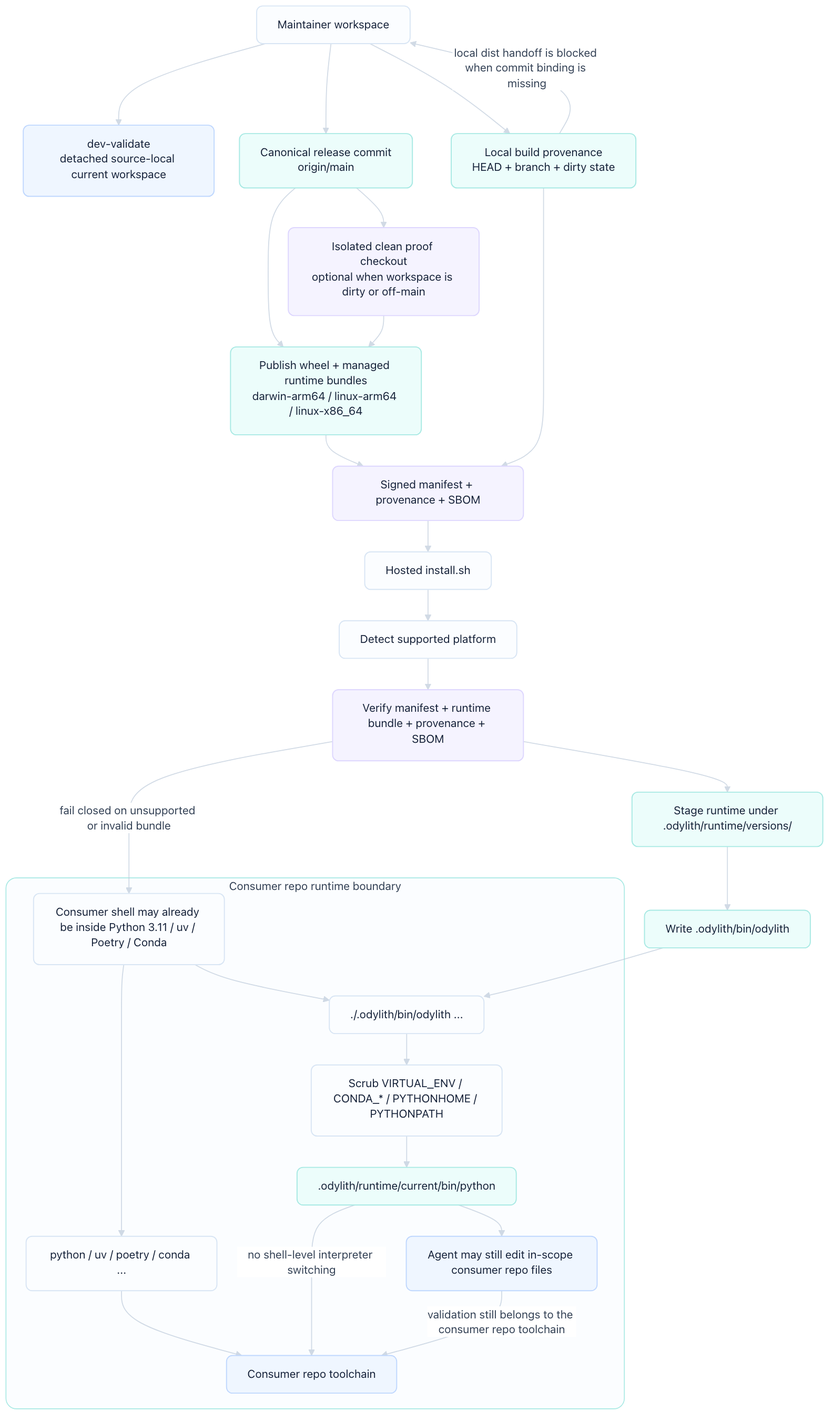
This is odylith/atlas/source/odylith-managed-runtime-release-and-install-flow.png from odylith/odylith, a Mermaid export, as it was before one commit. Its source is kept beside it as odylith/atlas/source/odylith-managed-runtime-release-and-install-flow.mmd.
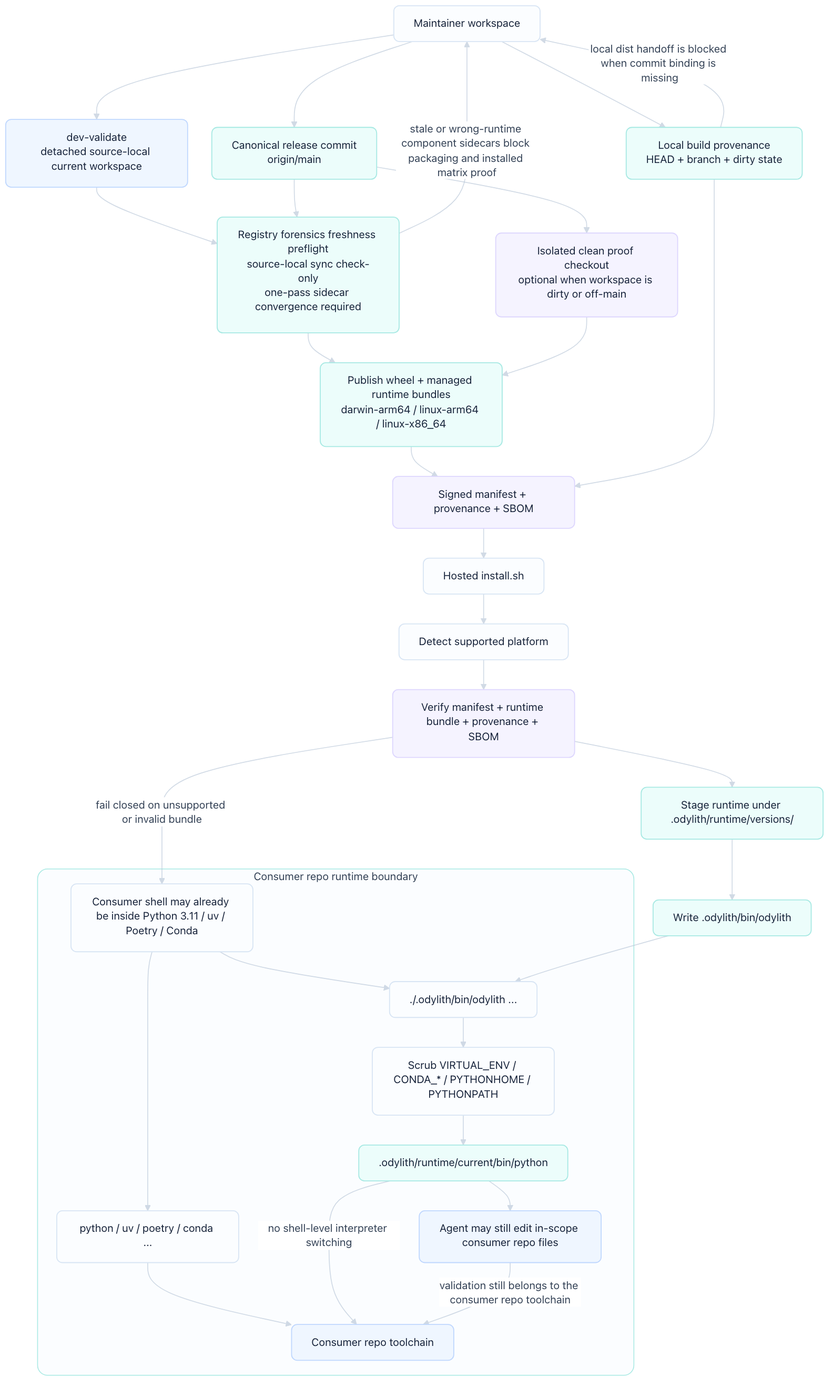
After the change.

Diff of the diagram source:
```diff
@@ -1,6 +1,7 @@
 flowchart TD
     maintainer["Maintainer workspace"]
     devvalidate["dev-validate<br/>detached source-local current workspace"]
+    forensicpreflight["Registry forensics freshness preflight<br/>source-local sync check-only<br/>one-pass sidecar convergence required"]
     canonical["Canonical release commit<br/>origin/main"]
     proof["Isolated clean proof checkout<br/>optional when workspace is dirty or off-main"]
     bundles["Publish wheel + managed runtime bundles<br/>darwin-arm64 / linux-arm64 / linux-x86_64"]
@@ -24,9 +25,11 @@
 
     maintainer --> canonical
     maintainer --> devvalidate
+    devvalidate --> forensicpreflight
     maintainer --> localprov
     canonical --> proof
-    canonical --> bundles
+    canonical --> forensicpreflight
+    forensicpreflight --> bundles
     proof --> bundles
     bundles --> manifest
     localprov --> manifest
@@ -45,6 +48,7 @@
     consumer_cmd --> consumer_rt
 
     localprov -. local dist handoff is blocked when commit binding is missing .-> maintainer
+    forensicpreflight -. stale or wrong-runtime component sidecars block packaging and installed matrix proof .-> maintainer
     verify -. fail closed on unsupported or invalid bundle .-> shell
     managed -. no shell-level interpreter switching .-> consumer_rt
     repo_files -. validation still belongs to the consumer repo toolchain .-> consumer_rt
```
